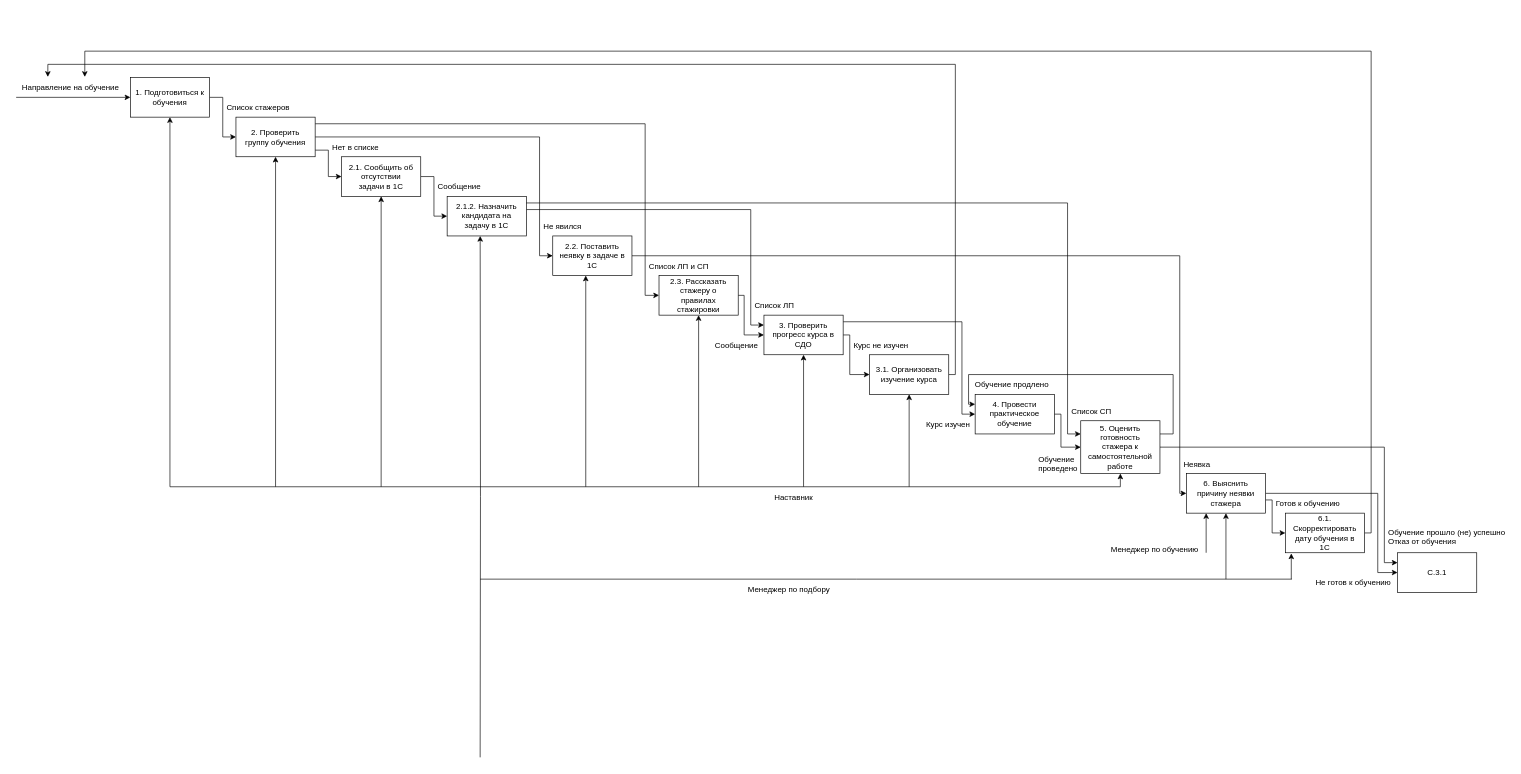
Rientaro/lolo keeps this draw.io diagram as testFolder/IDEF0.drawio. Above is the earlier version. Source tidied: cells renumbered, new cells numbered last; positions are measured from the earlier drawing's top-left corner, leaving out a move shared by most shapes. Both pictures are drawn from the tidied source at 66%, with x=0, y=0 at pixel (18, 51).
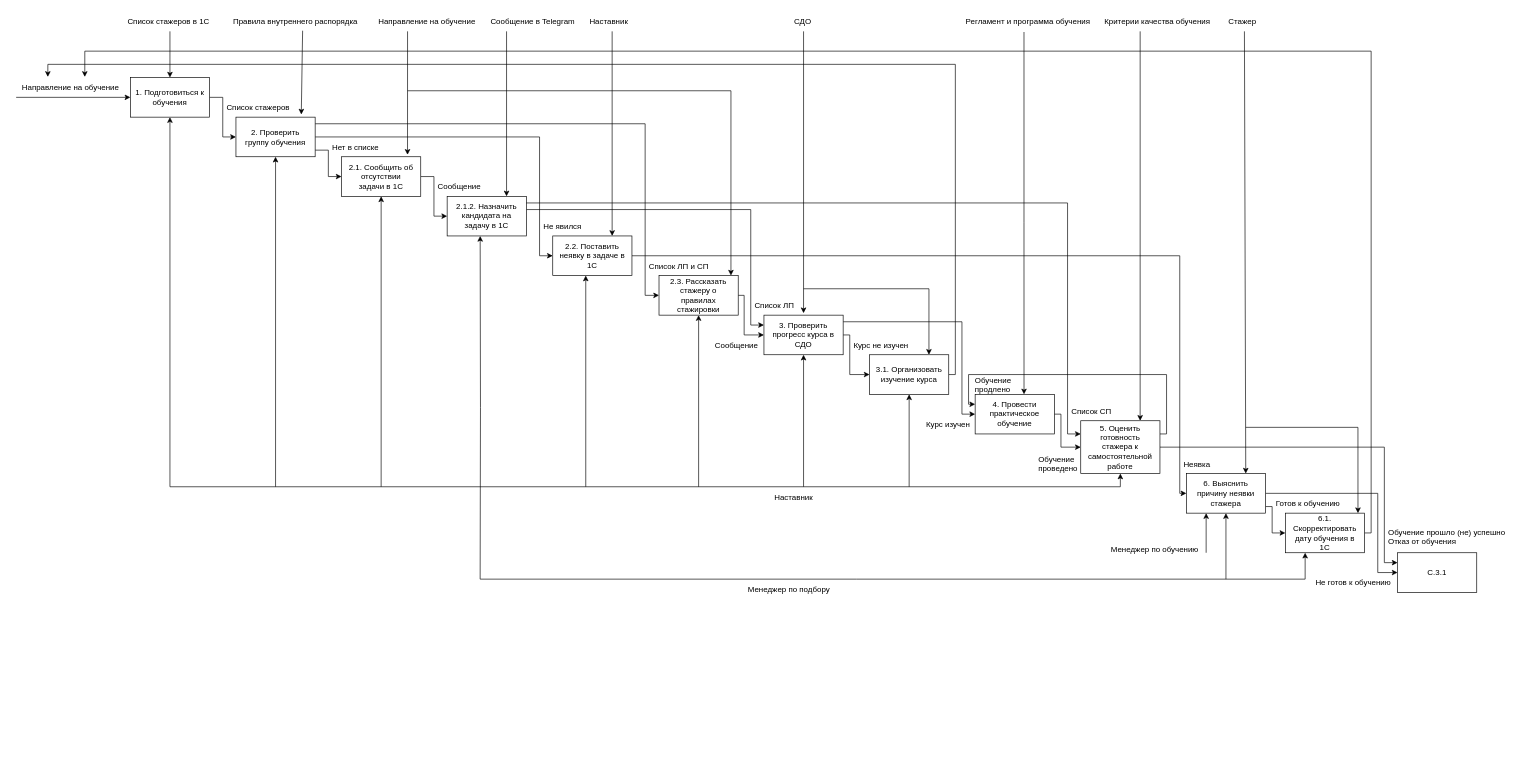
The same page after the edit.

The change refers to these unchanged cells:
```xml
<mxCell id="7" value="2. Проверить&lt;br&gt;группу обучения" style="rounded=0;whiteSpace=wrap;html=1;" parent="1" vertex="1">
  <mxGeometry x="330" y="100" width="120" height="60" as="geometry" />
</mxCell>
<mxCell id="9" value="2.1. Сообщить об&lt;br&gt;отсутствии&lt;br&gt;задачи в 1С" style="rounded=0;whiteSpace=wrap;html=1;" parent="1" vertex="1">
  <mxGeometry x="490" y="160" width="120" height="60" as="geometry" />
</mxCell>
<mxCell id="11" value="2.1.2. Назначить&lt;br&gt;кандидата на&lt;br&gt;задачу в 1С" style="rounded=0;whiteSpace=wrap;html=1;" parent="1" vertex="1">
  <mxGeometry x="650" y="220" width="120" height="60" as="geometry" />
</mxCell>
<mxCell id="14" value="2.2. Поставить&lt;br&gt;неявку в задаче в&lt;br&gt;1С" style="rounded=0;whiteSpace=wrap;html=1;" parent="1" vertex="1">
  <mxGeometry x="810" y="280" width="120" height="60" as="geometry" />
</mxCell>
<mxCell id="21" value="3.1. Организовать&lt;br&gt;изучение курса" style="rounded=0;whiteSpace=wrap;html=1;" parent="1" vertex="1">
  <mxGeometry x="1290" y="460" width="120" height="60" as="geometry" />
</mxCell>
<mxCell id="23" value="4. Провести&lt;br&gt;практическое&lt;br&gt;обучение" style="rounded=0;whiteSpace=wrap;html=1;" parent="1" vertex="1">
  <mxGeometry x="1450" y="520" width="120" height="60" as="geometry" />
</mxCell>
<mxCell id="26" value="5. Оценить&lt;br&gt;готовность&lt;br&gt;стажера к&lt;br&gt;самостоятельной&lt;br&gt;работе" style="rounded=0;whiteSpace=wrap;html=1;" parent="1" vertex="1">
  <mxGeometry x="1610" y="560" width="120" height="80" as="geometry" />
</mxCell>
<mxCell id="29" value="6. Выяснить&lt;br&gt;причину неявки&lt;br&gt;стажера" style="rounded=0;whiteSpace=wrap;html=1;" parent="1" vertex="1">
  <mxGeometry x="1770" y="640" width="120" height="60" as="geometry" />
</mxCell>
<mxCell id="31" value="6.1. Скорректировать&lt;br&gt;дату обучения в&lt;br&gt;1С" style="rounded=0;whiteSpace=wrap;html=1;" parent="1" vertex="1">
  <mxGeometry x="1920" y="700" width="120" height="60" as="geometry" />
</mxCell>
<mxCell id="49" value="Список ЛП" style="text;strokeColor=none;fillColor=none;align=left;verticalAlign=middle;spacingLeft=4;spacingRight=4;overflow=hidden;points=[[0,0.5],[1,0.5]];portConstraint=eastwest;" parent="1" vertex="1">
  <mxGeometry x="1110" y="370" width="80" height="30" as="geometry" />
</mxCell>
```

Diff of the diagram source:
```diff
@@
-    <mxCell id="24" style="edgeStyle=orthogonalEdgeStyle;rounded=0;jettySize=auto;html=1;entryX=0;entryY=0.25;entryDx=0;entryDy=0;" parent="1" edge="1" source="26" target="23">
+    <mxCell id="24" style="edgeStyle=orthogonalEdgeStyle;rounded=0;jettySize=auto;html=1;entryX=0;entryY=0.25;entryDx=0;entryDy=0;startArrow=none;exitX=1;exitY=0.25;exitDx=0;exitDy=0;" parent="1" edge="1" source="26" target="23">
       <mxGeometry relative="1" as="geometry">
         <Array as="points">
-          <mxPoint x="1750" y="580" />
-          <mxPoint x="1750" y="490" />
+          <mxPoint x="1740" y="580" />
+          <mxPoint x="1740" y="490" />
           <mxPoint x="1440" y="490" />
           <mxPoint x="1440" y="535" />
         </Array>
       </mxGeometry>
     </mxCell>
@@
     <mxCell id="28" style="edgeStyle=orthogonalEdgeStyle;rounded=0;jettySize=auto;html=1;entryX=0;entryY=0.5;entryDx=0;entryDy=0;" parent="1" edge="1" source="29" target="31">
       <mxGeometry relative="1" as="geometry">
         <Array as="points">
-          <mxPoint x="1900" y="680" />
+          <mxPoint x="1900" y="690" />
           <mxPoint x="1900" y="730" />
         </Array>
       </mxGeometry>
     </mxCell>
@@
-    <mxCell id="44" value="Обучение продлено" style="text;strokeColor=none;fillColor=none;align=left;verticalAlign=middle;spacingLeft=4;spacingRight=4;overflow=hidden;" parent="1" vertex="1">
-      <mxGeometry x="1444" y="490" width="130" height="30" as="geometry" />
-    </mxCell>
@@
     <mxCell id="51" style="edgeStyle=orthogonalEdgeStyle;rounded=0;jettySize=auto;html=1;entryX=0.417;entryY=1;entryDx=0;entryDy=0;entryPerimeter=0;" parent="1" edge="1" target="11">
       <mxGeometry relative="1" as="geometry">
-        <mxPoint x="700" y="1070" as="sourcePoint" />
+        <mxPoint x="700" y="800" as="sourcePoint" />
       </mxGeometry>
     </mxCell>
@@
-    <mxCell id="53" style="endArrow=classic;html=1;rounded=0;entryX=0.075;entryY=1.017;entryDx=0;entryDy=0;entryPerimeter=0;" parent="1" edge="1" target="31">
+    <mxCell id="53" style="endArrow=classic;html=1;rounded=0;entryX=0.25;entryY=1;entryDx=0;entryDy=0;" parent="1" edge="1" target="31">
       <mxGeometry relative="1" as="geometry">
-        <mxPoint x="1929" y="800" as="sourcePoint" />
+        <mxPoint x="1950" y="800" as="sourcePoint" />
       </mxGeometry>
     </mxCell>
@@
     <mxCell id="55" style="endArrow=none;html=1;rounded=0;" parent="1" edge="1">
       <mxGeometry relative="1" as="geometry">
         <mxPoint x="700" y="800" as="sourcePoint" />
-        <mxPoint x="1930" y="800" as="targetPoint" />
+        <mxPoint x="1950" y="800" as="targetPoint" />
         <Array as="points">
           <mxPoint x="1270" y="800" />
         </Array>
       </mxGeometry>
     </mxCell>
@@
+    <mxCell id="68" value="Список стажеров в 1С" style="text;strokeColor=none;fillColor=none;align=left;verticalAlign=middle;spacingLeft=4;spacingRight=4;overflow=hidden;" parent="1" vertex="1">
+      <mxGeometry x="160" y="-60" width="150" height="30" as="geometry" />
+    </mxCell>
+    <mxCell id="69" style="endArrow=classic;html=1;rounded=0;" parent="1" edge="1">
+      <mxGeometry relative="1" as="geometry">
+        <mxPoint x="230" y="-30" as="sourcePoint" />
+        <mxPoint x="230" y="40" as="targetPoint" />
+      </mxGeometry>
+    </mxCell>
+    <mxCell id="70" value="Правила внутреннего распорядка" style="text;strokeColor=none;fillColor=none;align=left;verticalAlign=middle;spacingLeft=4;spacingRight=4;overflow=hidden;points=[[0,0.5],[1,0.5]];portConstraint=eastwest;" parent="1" vertex="1">
+      <mxGeometry x="320" y="-60" width="200" height="30" as="geometry" />
+    </mxCell>
+    <mxCell id="71" style="endArrow=classic;html=1;rounded=0;entryX=0.825;entryY=-0.067;entryDx=0;entryDy=0;entryPerimeter=0;exitX=0.555;exitY=0.967;exitDx=0;exitDy=0;exitPerimeter=0;" parent="1" edge="1" source="70" target="7">
+      <mxGeometry relative="1" as="geometry" />
+    </mxCell>
+    <mxCell id="72" value="Направление на обучение" style="text;strokeColor=none;fillColor=none;align=left;verticalAlign=middle;spacingLeft=4;spacingRight=4;overflow=hidden;" parent="1" vertex="1">
+      <mxGeometry x="540" y="-60" width="160" height="30" as="geometry" />
+    </mxCell>
+    <mxCell id="73" style="endArrow=classic;html=1;rounded=0;entryX=0.833;entryY=-0.05;entryDx=0;entryDy=0;entryPerimeter=0;" parent="1" edge="1" target="9">
+      <mxGeometry relative="1" as="geometry">
+        <mxPoint x="590" y="-30" as="sourcePoint" />
+      </mxGeometry>
+    </mxCell>
+    <mxCell id="74" value="Сообщение в Telegram" style="text;strokeColor=none;fillColor=none;align=left;verticalAlign=middle;spacingLeft=4;spacingRight=4;overflow=hidden;" parent="1" vertex="1">
+      <mxGeometry x="710" y="-60" width="140" height="30" as="geometry" />
+    </mxCell>
+    <mxCell id="75" style="endArrow=classic;html=1;rounded=0;entryX=0.75;entryY=0;entryDx=0;entryDy=0;" parent="1" edge="1" target="11">
+      <mxGeometry relative="1" as="geometry">
+        <mxPoint x="740" y="-30" as="sourcePoint" />
+      </mxGeometry>
+    </mxCell>
+    <mxCell id="76" style="endArrow=classic;html=1;rounded=0;" parent="1" edge="1">
+      <mxGeometry relative="1" as="geometry">
+        <mxPoint x="590" y="60" as="sourcePoint" />
+        <mxPoint x="1080" y="340" as="targetPoint" />
+        <Array as="points">
+          <mxPoint x="1080" y="60" />
+        </Array>
+      </mxGeometry>
+    </mxCell>
+    <mxCell id="77" value="СДО" style="text;strokeColor=none;fillColor=none;align=left;verticalAlign=middle;spacingLeft=4;spacingRight=4;overflow=hidden;" parent="1" vertex="1">
+      <mxGeometry x="1170" y="-60" width="50" height="30" as="geometry" />
+    </mxCell>
+    <mxCell id="78" style="endArrow=classic;html=1;rounded=0;entryX=1;entryY=0.9;entryDx=0;entryDy=0;entryPerimeter=0;" parent="1" edge="1" target="49">
+      <mxGeometry relative="1" as="geometry">
+        <mxPoint x="1190" y="-30" as="sourcePoint" />
+      </mxGeometry>
+    </mxCell>
+    <mxCell id="79" style="endArrow=classic;html=1;rounded=0;entryX=0.75;entryY=0;entryDx=0;entryDy=0;" parent="1" edge="1" target="21">
+      <mxGeometry relative="1" as="geometry">
+        <mxPoint x="1190" y="360" as="sourcePoint" />
+        <Array as="points">
+          <mxPoint x="1380" y="360" />
+        </Array>
+      </mxGeometry>
+    </mxCell>
+    <mxCell id="80" value="Регламент и программа обучения" style="text;strokeColor=none;fillColor=none;align=left;verticalAlign=middle;spacingLeft=4;spacingRight=4;overflow=hidden;points=[[0,0.5],[1,0.5]];portConstraint=eastwest;" parent="1" vertex="1">
+      <mxGeometry x="1430" y="-60" width="200" height="30" as="geometry" />
+    </mxCell>
+    <mxCell id="81" style="endArrow=classic;html=1;rounded=0;exitX=0.47;exitY=1.033;exitDx=0;exitDy=0;exitPerimeter=0;entryX=0.617;entryY=0;entryDx=0;entryDy=0;entryPerimeter=0;" parent="1" edge="1" source="80" target="23">
+      <mxGeometry relative="1" as="geometry">
+        <Array as="points">
+          <mxPoint x="1524" y="260" />
+        </Array>
+      </mxGeometry>
+    </mxCell>
+    <mxCell id="44" value="Обучение &#10;продлено" style="text;strokeColor=none;fillColor=none;align=left;verticalAlign=middle;spacingLeft=4;spacingRight=4;overflow=hidden;" parent="1" vertex="1">
+      <mxGeometry x="1444" y="490" width="70" height="30" as="geometry" />
+    </mxCell>
+    <mxCell id="82" value="Критерии качества обучения" style="text;strokeColor=none;fillColor=none;align=left;verticalAlign=middle;spacingLeft=4;spacingRight=4;overflow=hidden;points=[[0,0.5],[1,0.5]];portConstraint=eastwest;" parent="1" vertex="1">
+      <mxGeometry x="1640" y="-60" width="170" height="30" as="geometry" />
+    </mxCell>
+    <mxCell id="83" style="endArrow=classic;html=1;rounded=0;exitX=0.353;exitY=1;exitDx=0;exitDy=0;exitPerimeter=0;entryX=0.75;entryY=0;entryDx=0;entryDy=0;" parent="1" edge="1" source="82" target="26">
+      <mxGeometry relative="1" as="geometry" />
+    </mxCell>
+    <mxCell id="84" value="Стажер" style="text;strokeColor=none;fillColor=none;align=left;verticalAlign=middle;spacingLeft=4;spacingRight=4;overflow=hidden;" parent="1" vertex="1">
+      <mxGeometry x="1828" y="-60" width="60" height="30" as="geometry" />
+    </mxCell>
+    <mxCell id="85" style="endArrow=classic;html=1;rounded=0;entryX=0.75;entryY=0;entryDx=0;entryDy=0;" parent="1" edge="1" target="29">
+      <mxGeometry relative="1" as="geometry">
+        <mxPoint x="1858" y="-30" as="sourcePoint" />
+      </mxGeometry>
+    </mxCell>
+    <mxCell id="86" style="endArrow=classic;html=1;rounded=0;entryX=0.917;entryY=0;entryDx=0;entryDy=0;entryPerimeter=0;" parent="1" edge="1" target="31">
+      <mxGeometry relative="1" as="geometry">
+        <mxPoint x="1860" y="570" as="sourcePoint" />
+        <Array as="points">
+          <mxPoint x="2030" y="570" />
+        </Array>
+      </mxGeometry>
+    </mxCell>
+    <mxCell id="87" value="Наставник" style="text;strokeColor=none;fillColor=none;align=left;verticalAlign=middle;spacingLeft=4;spacingRight=4;overflow=hidden;" parent="1" vertex="1">
+      <mxGeometry x="860" y="-60" width="80" height="30" as="geometry" />
+    </mxCell>
+    <mxCell id="88" style="endArrow=classic;html=1;rounded=0;entryX=0.75;entryY=0;entryDx=0;entryDy=0;" parent="1" edge="1" target="14">
+      <mxGeometry relative="1" as="geometry">
+        <mxPoint x="900" y="-30" as="sourcePoint" />
+      </mxGeometry>
+    </mxCell>
```
